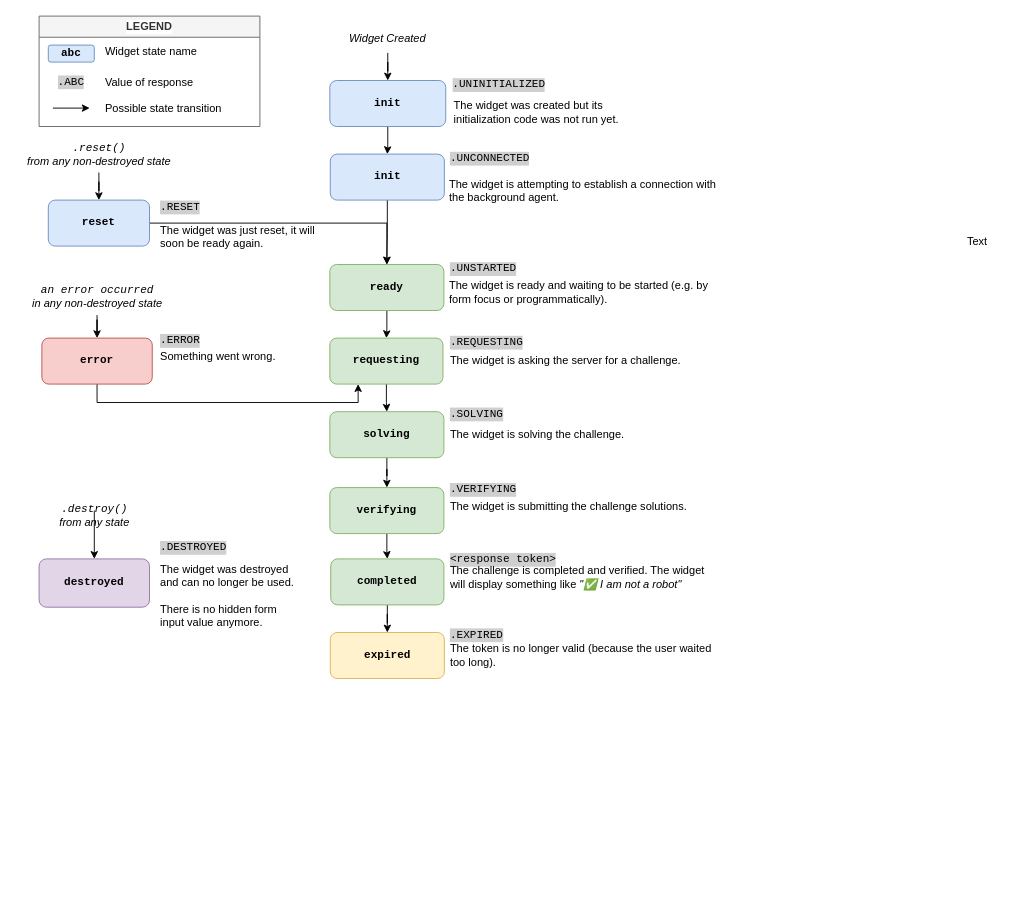
Earlier version of the draw.io diagram docs/sdk/widget_lifecycle.drawio (FriendlyCaptcha/friendly-docs). Source tidied: cells renumbered, new cells numbered last; positions are measured from the earlier drawing's top-left corner, leaving out a move shared by most shapes. Both pictures are drawn from the tidied source at 92%, with x=0, y=0 at pixel (16, 16).
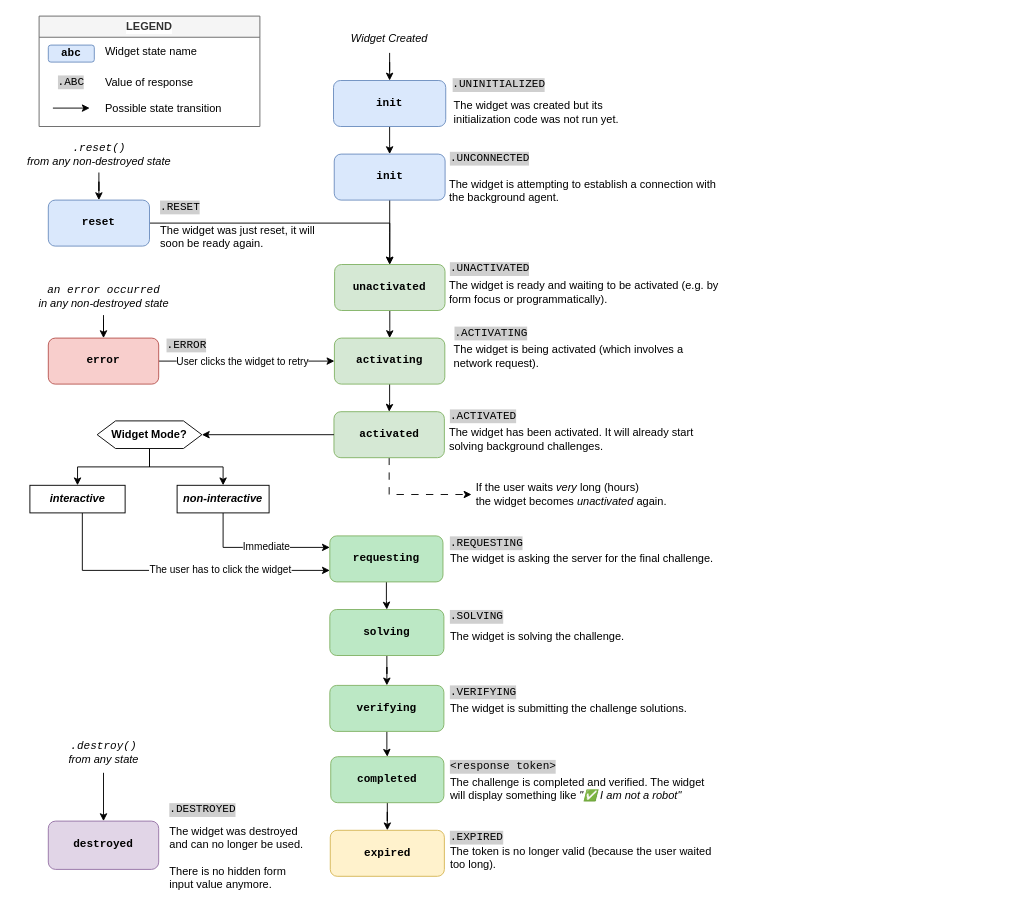
The same diagram, later.

Unchanged cells that the change refers to:
```xml
<mxCell id="3" value="&lt;div&gt;reset&lt;/div&gt;" style="rounded=1;whiteSpace=wrap;html=1;fillColor=#dae8fc;strokeColor=#6c8ebf;fontFamily=Courier New;fontStyle=1;" parent="1" vertex="1">
  <mxGeometry x="35" y="200" width="110" height="50" as="geometry" />
</mxCell>
```

What changed in the source:
```diff
@@
     <mxCell id="2" style="edgeStyle=orthogonalEdgeStyle;rounded=0;jettySize=auto;html=1;entryX=0.5;entryY=0;entryDx=0;entryDy=0;" parent="1" edge="1" source="3" target="9">
-      <mxGeometry relative="1" as="geometry" />
+      <mxGeometry relative="1" as="geometry">
+        <Array as="points">
+          <mxPoint x="406" y="225" />
+          <mxPoint x="406" y="270" />
+        </Array>
+      </mxGeometry>
     </mxCell>
@@
     <mxCell id="5" value="&lt;div&gt;&lt;p&gt;init&lt;/p&gt;&lt;/div&gt;" style="rounded=1;whiteSpace=wrap;html=1;fillColor=#dae8fc;strokeColor=#6c8ebf;fontFamily=Courier New;fontStyle=1;" parent="1" vertex="1">
-      <mxGeometry x="341" y="70" width="126" height="50" as="geometry" />
+      <mxGeometry x="345" y="70" width="122" height="50" as="geometry" />
     </mxCell>
@@
     <mxCell id="7" value="Widget Created" style="text;html=1;strokeColor=none;fillColor=none;align=center;verticalAlign=middle;whiteSpace=wrap;rounded=0;fontStyle=2;" parent="1" vertex="1">
-      <mxGeometry x="361" y="10" width="86" height="30" as="geometry" />
+      <mxGeometry x="363" y="10" width="86" height="30" as="geometry" />
     </mxCell>
-    <mxCell id="8" style="edgeStyle=orthogonalEdgeStyle;rounded=0;jettySize=auto;html=1;entryX=0.5;entryY=0;entryDx=0;entryDy=0;" parent="1" edge="1" source="9" target="11">
-      <mxGeometry relative="1" as="geometry" />
-    </mxCell>
+    <mxCell id="60" style="edgeStyle=orthogonalEdgeStyle;rounded=0;jettySize=auto;html=1;entryX=0.5;entryY=0;entryDx=0;entryDy=0;" parent="1" edge="1" source="9" target="65">
+      <mxGeometry relative="1" as="geometry" />
+    </mxCell>
-    <mxCell id="9" value="ready" style="rounded=1;whiteSpace=wrap;html=1;fillColor=#d5e8d4;strokeColor=#82b366;fontFamily=Courier New;fontStyle=1;" parent="1" vertex="1">
-      <mxGeometry x="341" y="270" width="124" height="50" as="geometry" />
+    <mxCell id="9" value="unactivated" style="rounded=1;whiteSpace=wrap;html=1;fillColor=#d5e8d4;strokeColor=#82b366;fontFamily=Courier New;fontStyle=1;" parent="1" vertex="1">
+      <mxGeometry x="346.2" y="270" width="120" height="50" as="geometry" />
     </mxCell>
@@
-    <mxCell id="11" value="requesting" style="rounded=1;whiteSpace=wrap;html=1;fillColor=#d5e8d4;strokeColor=#82b366;fontFamily=Courier New;fontStyle=1;" parent="1" vertex="1">
-      <mxGeometry x="341" y="350" width="123" height="50" as="geometry" />
+    <mxCell id="11" value="requesting" style="rounded=1;whiteSpace=wrap;html=1;fillColor=#BCE8C5;strokeColor=#82b366;fontFamily=Courier New;fontStyle=1;" parent="1" vertex="1">
+      <mxGeometry x="341" y="565" width="123" height="50" as="geometry" />
     </mxCell>
@@
-    <mxCell id="13" value="solving" style="rounded=1;whiteSpace=wrap;html=1;fillColor=#d5e8d4;strokeColor=#82b366;fontFamily=Courier New;fontStyle=1;" parent="1" vertex="1">
-      <mxGeometry x="341" y="430" width="124" height="50" as="geometry" />
+    <mxCell id="13" value="solving" style="rounded=1;whiteSpace=wrap;html=1;fillColor=#BCE8C5;strokeColor=#82b366;fontFamily=Courier New;fontStyle=1;" parent="1" vertex="1">
+      <mxGeometry x="341" y="645" width="124" height="50" as="geometry" />
     </mxCell>
@@
-    <mxCell id="15" value="verifying" style="rounded=1;whiteSpace=wrap;html=1;fillColor=#d5e8d4;strokeColor=#82b366;fontFamily=Courier New;fontStyle=1;" parent="1" vertex="1">
-      <mxGeometry x="341" y="512.5" width="124" height="50" as="geometry" />
+    <mxCell id="15" value="verifying" style="rounded=1;whiteSpace=wrap;html=1;fillColor=#BCE8C5;strokeColor=#82b366;fontFamily=Courier New;fontStyle=1;" parent="1" vertex="1">
+      <mxGeometry x="341" y="727.5" width="124" height="50" as="geometry" />
     </mxCell>
@@
-    <mxCell id="17" value="completed" style="rounded=1;whiteSpace=wrap;html=1;fillColor=#d5e8d4;strokeColor=#82b366;fontFamily=Courier New;fontStyle=1;" parent="1" vertex="1">
-      <mxGeometry x="342" y="590" width="123" height="50" as="geometry" />
+    <mxCell id="17" value="completed" style="rounded=1;whiteSpace=wrap;html=1;fillColor=#BCE8C5;strokeColor=#82b366;fontFamily=Courier New;fontStyle=1;" parent="1" vertex="1">
+      <mxGeometry x="342" y="805" width="123" height="50" as="geometry" />
     </mxCell>
     <mxCell id="18" value="expired" style="rounded=1;whiteSpace=wrap;html=1;fillColor=#fff2cc;strokeColor=#d6b656;fontFamily=Courier New;fontStyle=1;" parent="1" vertex="1">
-      <mxGeometry x="341.5" y="670" width="124" height="50" as="geometry" />
+      <mxGeometry x="341.5" y="885" width="124" height="50" as="geometry" />
     </mxCell>
     <mxCell id="19" value="destroyed" style="rounded=1;whiteSpace=wrap;html=1;fillColor=#e1d5e7;strokeColor=#9673a6;fontFamily=Courier New;fontStyle=1;" parent="1" vertex="1">
-      <mxGeometry x="25" y="590" width="120" height="52.5" as="geometry" />
+      <mxGeometry x="35" y="875" width="120" height="52.5" as="geometry" />
     </mxCell>
-    <mxCell id="20" style="edgeStyle=orthogonalEdgeStyle;rounded=0;jettySize=auto;html=1;entryX=0.25;entryY=1;entryDx=0;entryDy=0;exitX=0.5;exitY=1;exitDx=0;exitDy=0;" parent="1" edge="1" source="21" target="11">
-      <mxGeometry relative="1" as="geometry" />
-    </mxCell>
+    <mxCell id="61" style="edgeStyle=orthogonalEdgeStyle;rounded=0;jettySize=auto;html=1;entryX=0;entryY=0.5;entryDx=0;entryDy=0;" parent="1" edge="1" source="21" target="65">
+      <mxGeometry relative="1" as="geometry" />
+    </mxCell>
+    <mxCell id="62" value="User clicks the widget to retry" style="edgeLabel;html=1;align=center;verticalAlign=middle;" parent="61" vertex="1">
+      <mxGeometry x="-0.28" y="-2" relative="1" as="geometry">
+        <mxPoint x="21" y="-2" as="offset" />
+      </mxGeometry>
+    </mxCell>
     <mxCell id="21" value="error" style="rounded=1;whiteSpace=wrap;html=1;fillColor=#f8cecc;strokeColor=#b85450;fontFamily=Courier New;fontStyle=1;" parent="1" vertex="1">
-      <mxGeometry x="28" y="350" width="120" height="50" as="geometry" />
+      <mxGeometry x="35" y="350" width="120" height="50" as="geometry" />
     </mxCell>
-    <mxCell id="22" value=".UNSTARTED" style="text;html=1;strokeColor=none;fillColor=none;align=left;verticalAlign=middle;whiteSpace=wrap;rounded=0;fontFamily=Courier New;fontStyle=0;labelBackgroundColor=#CFCFCF;" parent="1" vertex="1">
+    <mxCell id="22" value=".UNACTIVATED" style="text;html=1;strokeColor=none;fillColor=none;align=left;verticalAlign=middle;whiteSpace=wrap;rounded=0;fontFamily=Courier New;fontStyle=0;labelBackgroundColor=#CFCFCF;" parent="1" vertex="1">
       <mxGeometry x="470" y="260" width="60" height="30" as="geometry" />
     </mxCell>
     <mxCell id="23" value=".REQUESTING" style="text;html=1;strokeColor=none;fillColor=none;align=left;verticalAlign=middle;whiteSpace=wrap;rounded=0;fontFamily=Courier New;fontStyle=0;labelBackgroundColor=#CFCFCF;" parent="1" vertex="1">
-      <mxGeometry x="470" y="340" width="60" height="30" as="geometry" />
+      <mxGeometry x="470" y="555" width="60" height="35" as="geometry" />
     </mxCell>
     <mxCell id="24" value=".SOLVING" style="text;html=1;strokeColor=none;fillColor=none;align=left;verticalAlign=middle;whiteSpace=wrap;rounded=0;fontFamily=Courier New;fontStyle=0;labelBackgroundColor=#CFCFCF;" parent="1" vertex="1">
-      <mxGeometry x="470" y="420" width="100" height="25" as="geometry" />
+      <mxGeometry x="470" y="640" width="100" height="25" as="geometry" />
     </mxCell>
     <mxCell id="25" value=".VERIFYING" style="text;html=1;strokeColor=none;fillColor=none;align=left;verticalAlign=middle;whiteSpace=wrap;rounded=0;fontFamily=Courier New;fontStyle=0;labelBackgroundColor=#CFCFCF;" parent="1" vertex="1">
-      <mxGeometry x="470" y="500" width="60" height="30" as="geometry" />
+      <mxGeometry x="470" y="720" width="60" height="30" as="geometry" />
     </mxCell>
     <mxCell id="26" value="&amp;lt;response token&amp;gt;" style="text;html=1;strokeColor=none;fillColor=none;align=left;verticalAlign=middle;whiteSpace=wrap;rounded=0;fontFamily=Courier New;fontStyle=0;labelBackgroundColor=#CFCFCF;" parent="1" vertex="1">
-      <mxGeometry x="470" y="580" width="150" height="22.5" as="geometry" />
+      <mxGeometry x="470" y="805" width="150" height="22.5" as="geometry" />
     </mxCell>
     <mxCell id="27" value=".EXPIRED" style="text;html=1;strokeColor=none;fillColor=none;align=left;verticalAlign=middle;whiteSpace=wrap;rounded=0;fontFamily=Courier New;fontStyle=0;labelBackgroundColor=#CFCFCF;" parent="1" vertex="1">
-      <mxGeometry x="470" y="660" width="110" height="25" as="geometry" />
+      <mxGeometry x="470" y="880" width="110" height="25" as="geometry" />
     </mxCell>
@@
     <mxCell id="30" value=".ERROR" style="text;html=1;strokeColor=none;fillColor=none;align=left;verticalAlign=middle;whiteSpace=wrap;rounded=0;fontFamily=Courier New;fontStyle=0;labelBackgroundColor=#CFCFCF;" parent="1" vertex="1">
-      <mxGeometry x="155" y="340" width="110" height="25" as="geometry" />
+      <mxGeometry x="162" y="345" width="110" height="25" as="geometry" />
     </mxCell>
     <mxCell id="31" style="endArrow=classic;html=1;rounded=0;entryX=0.5;entryY=0;entryDx=0;entryDy=0;" parent="1" edge="1" target="19">
       <mxGeometry relative="1" as="geometry">
-        <mxPoint x="85" y="537.5" as="sourcePoint" />
+        <mxPoint x="95" y="822.5" as="sourcePoint" />
       </mxGeometry>
     </mxCell>
     <mxCell id="32" value="&lt;font face=&quot;Courier New&quot;&gt;.destroy()&lt;/font&gt;&lt;br&gt;from any state" style="text;html=1;align=center;verticalAlign=middle;strokeColor=none;fillColor=none;fontStyle=2;" parent="1" vertex="1">
-      <mxGeometry x="35" y="522.5" width="100" height="40" as="geometry" />
+      <mxGeometry x="45" y="780" width="100" height="40" as="geometry" />
     </mxCell>
@@
     <mxCell id="36" value="&lt;div&gt;&lt;font face=&quot;Courier New&quot;&gt;an error occurred&lt;/font&gt;&lt;br&gt;&lt;/div&gt;&lt;div&gt;in any non-destroyed state&lt;/div&gt;" style="text;html=1;align=center;verticalAlign=middle;points=[];strokeColor=none;fillColor=none;fontStyle=2;" parent="1" vertex="1">
-      <mxGeometry x="8" y="285" width="160" height="40" as="geometry" />
+      <mxGeometry x="15" y="285" width="160" height="40" as="geometry" />
     </mxCell>
-    <mxCell id="37" style="edgeStyle=orthogonalEdgeStyle;rounded=0;jettySize=auto;html=1;entryX=0.5;entryY=0;entryDx=0;entryDy=0;" parent="1" edge="1" source="38" target="9">
-      <mxGeometry relative="1" as="geometry" />
-    </mxCell>
+    <mxCell id="63" style="edgeStyle=orthogonalEdgeStyle;rounded=0;jettySize=auto;html=1;" parent="1" edge="1" source="38">
+      <mxGeometry relative="1" as="geometry">
+        <mxPoint x="406" y="270" as="targetPoint" />
+      </mxGeometry>
+    </mxCell>
     <mxCell id="38" value="&lt;div&gt;&lt;p&gt;init&lt;/p&gt;&lt;/div&gt;" style="rounded=1;whiteSpace=wrap;html=1;fillColor=#dae8fc;strokeColor=#6c8ebf;fontFamily=Courier New;fontStyle=1;" parent="1" vertex="1">
-      <mxGeometry x="341.5" y="150" width="124" height="50" as="geometry" />
+      <mxGeometry x="345.8" y="150" width="120.5" height="50" as="geometry" />
     </mxCell>
@@
-    <mxCell id="49" value="&lt;div align=&quot;left&quot;&gt;The widget is ready and waiting to be started (e.g. by form focus or programmatically).&lt;br&gt;&lt;/div&gt;" style="text;html=1;strokeColor=none;fillColor=none;align=center;verticalAlign=middle;whiteSpace=wrap;rounded=0;" parent="1" vertex="1">
+    <mxCell id="49" value="&lt;div align=&quot;left&quot;&gt;The widget is ready and waiting to be activated (e.g. by form focus or programmatically).&lt;br&gt;&lt;/div&gt;" style="text;html=1;strokeColor=none;fillColor=none;align=center;verticalAlign=middle;whiteSpace=wrap;rounded=0;" parent="1" vertex="1">
       <mxGeometry x="470" y="280" width="295" height="40" as="geometry" />
     </mxCell>
-    <mxCell id="50" value="&lt;div align=&quot;left&quot;&gt;The widget is asking the server for a challenge.&lt;br&gt;&lt;/div&gt;" style="text;html=1;strokeColor=none;fillColor=none;align=left;verticalAlign=middle;whiteSpace=wrap;rounded=0;" parent="1" vertex="1">
-      <mxGeometry x="470" y="355" width="295" height="40" as="geometry" />
+    <mxCell id="50" value="&lt;div align=&quot;left&quot;&gt;The widget is asking the server for the final challenge.&lt;br&gt;&lt;/div&gt;" style="text;html=1;strokeColor=none;fillColor=none;align=left;verticalAlign=middle;whiteSpace=wrap;rounded=0;" parent="1" vertex="1">
+      <mxGeometry x="470" y="570" width="295" height="40" as="geometry" />
     </mxCell>
     <mxCell id="51" value="&lt;div align=&quot;left&quot;&gt;The widget is solving the challenge.&lt;br&gt;&lt;/div&gt;" style="text;html=1;strokeColor=none;fillColor=none;align=left;verticalAlign=middle;whiteSpace=wrap;rounded=0;" parent="1" vertex="1">
-      <mxGeometry x="470" y="435" width="295" height="40" as="geometry" />
+      <mxGeometry x="470" y="655" width="295" height="40" as="geometry" />
     </mxCell>
     <mxCell id="52" value="&lt;div align=&quot;left&quot;&gt;The widget is submitting the challenge solutions.&lt;br&gt;&lt;/div&gt;" style="text;html=1;strokeColor=none;fillColor=none;align=left;verticalAlign=middle;whiteSpace=wrap;rounded=0;" parent="1" vertex="1">
-      <mxGeometry x="470" y="512.5" width="295" height="40" as="geometry" />
+      <mxGeometry x="470" y="732.5" width="295" height="40" as="geometry" />
     </mxCell>
     <mxCell id="53" value="&lt;div align=&quot;left&quot;&gt;The challenge is completed and verified. The widget will display something like &lt;i&gt;&quot;✅ I am not a robot&quot; &lt;/i&gt;&lt;br&gt;&lt;/div&gt;" style="text;html=1;strokeColor=none;fillColor=none;align=left;verticalAlign=middle;whiteSpace=wrap;rounded=0;" parent="1" vertex="1">
-      <mxGeometry x="470" y="590" width="295" height="40" as="geometry" />
+      <mxGeometry x="470" y="820" width="295" height="40" as="geometry" />
     </mxCell>
     <mxCell id="54" value="&lt;div align=&quot;left&quot;&gt;The token is no longer valid (because the user waited too long).&lt;br&gt;&lt;/div&gt;" style="text;html=1;strokeColor=none;fillColor=none;align=left;verticalAlign=middle;whiteSpace=wrap;rounded=0;" parent="1" vertex="1">
-      <mxGeometry x="470" y="675" width="295" height="40" as="geometry" />
+      <mxGeometry x="470" y="895" width="295" height="40" as="geometry" />
     </mxCell>
-    <mxCell id="55" value="&lt;div align=&quot;left&quot;&gt;Something went wrong.&lt;br&gt;&lt;/div&gt;" style="text;html=1;strokeColor=none;fillColor=none;align=left;verticalAlign=middle;whiteSpace=wrap;rounded=0;" parent="1" vertex="1">
-      <mxGeometry x="155" y="350" width="295" height="40" as="geometry" />
-    </mxCell>
     <mxCell id="56" value="The widget was destroyed&lt;br&gt;and can no longer be used.&lt;br&gt;&lt;br&gt;There is no hidden form input value anymore." style="text;html=1;strokeColor=none;fillColor=none;align=left;verticalAlign=middle;whiteSpace=wrap;rounded=0;" parent="1" vertex="1">
-      <mxGeometry x="155" y="610" width="153" height="40" as="geometry" />
+      <mxGeometry x="165" y="895" width="153" height="40" as="geometry" />
     </mxCell>
     <mxCell id="57" value="The widget was just reset, it will&lt;br&gt;soon be ready again." style="text;html=1;strokeColor=none;fillColor=none;align=left;verticalAlign=middle;whiteSpace=wrap;rounded=0;" parent="1" vertex="1">
-      <mxGeometry x="155" y="220" width="295" height="40" as="geometry" />
+      <mxGeometry x="155" y="220" width="190" height="40" as="geometry" />
     </mxCell>
     <mxCell id="58" value="&lt;div&gt;.DESTROYED&lt;/div&gt;" style="text;html=1;strokeColor=none;fillColor=none;align=left;verticalAlign=middle;whiteSpace=wrap;rounded=0;fontFamily=Courier New;fontStyle=0;labelBackgroundColor=#CFCFCF;" parent="1" vertex="1">
-      <mxGeometry x="155" y="562.5" width="60" height="30" as="geometry" />
+      <mxGeometry x="165" y="847.5" width="60" height="30" as="geometry" />
     </mxCell>
-    <mxCell id="59" value="Text" style="text;html=1;strokeColor=none;fillColor=none;align=center;verticalAlign=middle;whiteSpace=wrap;rounded=0;" parent="1" vertex="1">
-      <mxGeometry x="1015" y="230" width="60" height="30" as="geometry" />
-    </mxCell>
+    <mxCell id="64" style="edgeStyle=orthogonalEdgeStyle;rounded=0;jettySize=auto;html=1;entryX=0.5;entryY=0;entryDx=0;entryDy=0;" parent="1" edge="1" source="65" target="69">
+      <mxGeometry relative="1" as="geometry" />
+    </mxCell>
+    <mxCell id="65" value="activating" style="rounded=1;whiteSpace=wrap;html=1;fillColor=#d5e8d4;strokeColor=#82b366;fontFamily=Courier New;fontStyle=1;" parent="1" vertex="1">
+      <mxGeometry x="346" y="350" width="120" height="50" as="geometry" />
+    </mxCell>
+    <mxCell id="66" value="&lt;div align=&quot;left&quot;&gt;The widget is being activated (which involves a network request).&lt;br&gt;&lt;/div&gt;" style="text;html=1;strokeColor=none;fillColor=none;align=center;verticalAlign=middle;whiteSpace=wrap;rounded=0;" parent="1" vertex="1">
+      <mxGeometry x="475" y="350" width="295" height="40" as="geometry" />
+    </mxCell>
+    <mxCell id="67" value="&lt;div&gt;.ACTIVATING&lt;/div&gt;" style="text;html=1;strokeColor=none;fillColor=none;align=left;verticalAlign=middle;whiteSpace=wrap;rounded=0;fontFamily=Courier New;fontStyle=0;labelBackgroundColor=#CFCFCF;" parent="1" vertex="1">
+      <mxGeometry x="475" y="330" width="60" height="30" as="geometry" />
+    </mxCell>
+    <mxCell id="68" style="edgeStyle=orthogonalEdgeStyle;rounded=0;jettySize=auto;html=1;dashed=1;dashPattern=8 8;" parent="1" edge="1" source="69">
+      <mxGeometry relative="1" as="geometry">
+        <mxPoint x="495" y="520" as="targetPoint" />
+        <Array as="points">
+          <mxPoint x="405" y="520" />
+        </Array>
+      </mxGeometry>
+    </mxCell>
+    <mxCell id="69" value="activated" style="rounded=1;whiteSpace=wrap;html=1;fillColor=#d5e8d4;strokeColor=#82b366;fontFamily=Courier New;fontStyle=1;" parent="1" vertex="1">
+      <mxGeometry x="345.5" y="430" width="120" height="50" as="geometry" />
+    </mxCell>
+    <mxCell id="70" value="&lt;div align=&quot;left&quot;&gt;The widget has been activated. It will already start solving background challenges.&lt;br&gt;&lt;/div&gt;" style="text;html=1;strokeColor=none;fillColor=none;align=center;verticalAlign=middle;whiteSpace=wrap;rounded=0;" parent="1" vertex="1">
+      <mxGeometry x="470" y="440" width="295" height="40" as="geometry" />
+    </mxCell>
+    <mxCell id="71" value="&lt;div&gt;.ACTIVATED&lt;/div&gt;" style="text;html=1;strokeColor=none;fillColor=none;align=left;verticalAlign=middle;whiteSpace=wrap;rounded=0;fontFamily=Courier New;fontStyle=0;labelBackgroundColor=#CFCFCF;" parent="1" vertex="1">
+      <mxGeometry x="470" y="420" width="60" height="30" as="geometry" />
+    </mxCell>
+    <mxCell id="72" style="edgeStyle=orthogonalEdgeStyle;rounded=0;jettySize=auto;html=1;entryX=0;entryY=0.75;entryDx=0;entryDy=0;" parent="1" edge="1" target="11">
+      <mxGeometry relative="1" as="geometry">
+        <mxPoint x="72" y="540" as="sourcePoint" />
+        <Array as="points">
+          <mxPoint x="72" y="602" />
+        </Array>
+      </mxGeometry>
+    </mxCell>
+    <mxCell id="73" value="The user has to click the widget" style="edgeLabel;html=1;align=center;verticalAlign=middle;" parent="72" vertex="1">
+      <mxGeometry x="0.08" y="1" relative="1" as="geometry">
+        <mxPoint x="33" as="offset" />
+      </mxGeometry>
+    </mxCell>
+    <mxCell id="74" value="&lt;b&gt;interactive&lt;/b&gt;" style="rounded=0;whiteSpace=wrap;html=1;fontStyle=2;" parent="1" vertex="1">
+      <mxGeometry x="15" y="510" width="103.5" height="30" as="geometry" />
+    </mxCell>
+    <mxCell id="75" style="edgeStyle=orthogonalEdgeStyle;rounded=0;jettySize=auto;html=1;entryX=0;entryY=0.25;entryDx=0;entryDy=0;" parent="1" edge="1" target="11">
+      <mxGeometry relative="1" as="geometry">
+        <mxPoint x="225" y="540" as="sourcePoint" />
+        <Array as="points">
+          <mxPoint x="225" y="578" />
+        </Array>
+      </mxGeometry>
+    </mxCell>
+    <mxCell id="76" value="Immediate" style="edgeLabel;html=1;align=center;verticalAlign=middle;" parent="75" vertex="1">
+      <mxGeometry x="0.32" y="1" relative="1" as="geometry">
+        <mxPoint x="-17" as="offset" />
+      </mxGeometry>
+    </mxCell>
+    <mxCell id="77" value="&lt;div&gt;&lt;b&gt;non-interactive&lt;/b&gt;&lt;/div&gt;" style="rounded=0;whiteSpace=wrap;html=1;fontStyle=2;" parent="1" vertex="1">
+      <mxGeometry x="175" y="510" width="100" height="30" as="geometry" />
+    </mxCell>
+    <mxCell id="78" style="edgeStyle=orthogonalEdgeStyle;rounded=0;jettySize=auto;html=1;" parent="1" edge="1" source="69" target="81">
+      <mxGeometry relative="1" as="geometry" />
+    </mxCell>
+    <mxCell id="79" style="edgeStyle=orthogonalEdgeStyle;rounded=0;jettySize=auto;html=1;entryX=0.5;entryY=0;entryDx=0;entryDy=0;" parent="1" edge="1" source="81" target="77">
+      <mxGeometry relative="1" as="geometry" />
+    </mxCell>
+    <mxCell id="80" style="edgeStyle=orthogonalEdgeStyle;rounded=0;jettySize=auto;html=1;entryX=0.5;entryY=0;entryDx=0;entryDy=0;" parent="1" edge="1" source="81" target="74">
+      <mxGeometry relative="1" as="geometry" />
+    </mxCell>
+    <mxCell id="81" value="Widget Mode?" style="shape=hexagon;perimeter=hexagonPerimeter2;whiteSpace=wrap;html=1;fixedSize=1;fontStyle=1;" parent="1" vertex="1">
+      <mxGeometry x="88.1" y="440" width="113.8" height="30" as="geometry" />
+    </mxCell>
+    <mxCell id="82" value="&lt;div align=&quot;left&quot;&gt;If the user waits &lt;i&gt;very&lt;/i&gt; long (hours)&lt;br&gt;the widget becomes &lt;i&gt;unactivated&lt;/i&gt; again.&lt;/div&gt;" style="text;html=1;align=left;verticalAlign=middle;strokeColor=none;fillColor=none;" parent="1" vertex="1">
+      <mxGeometry x="497.5" y="500" width="230" height="40" as="geometry" />
+    </mxCell>
```
